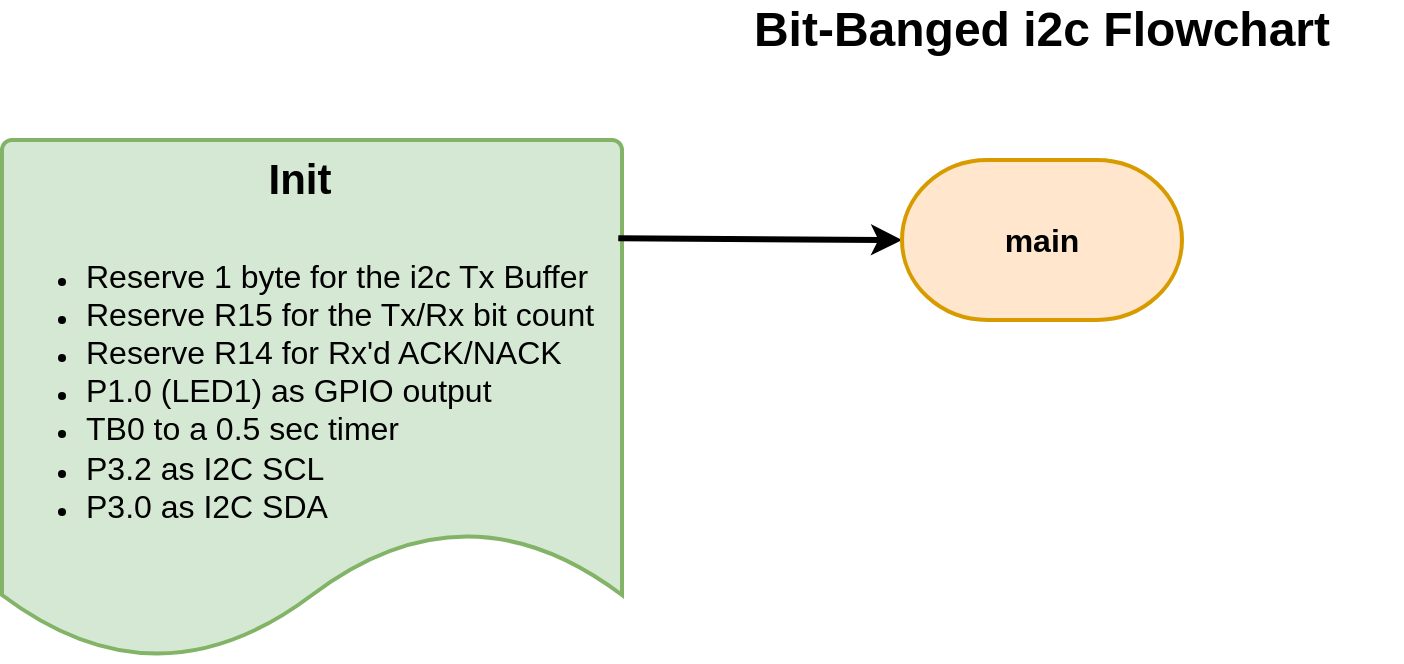
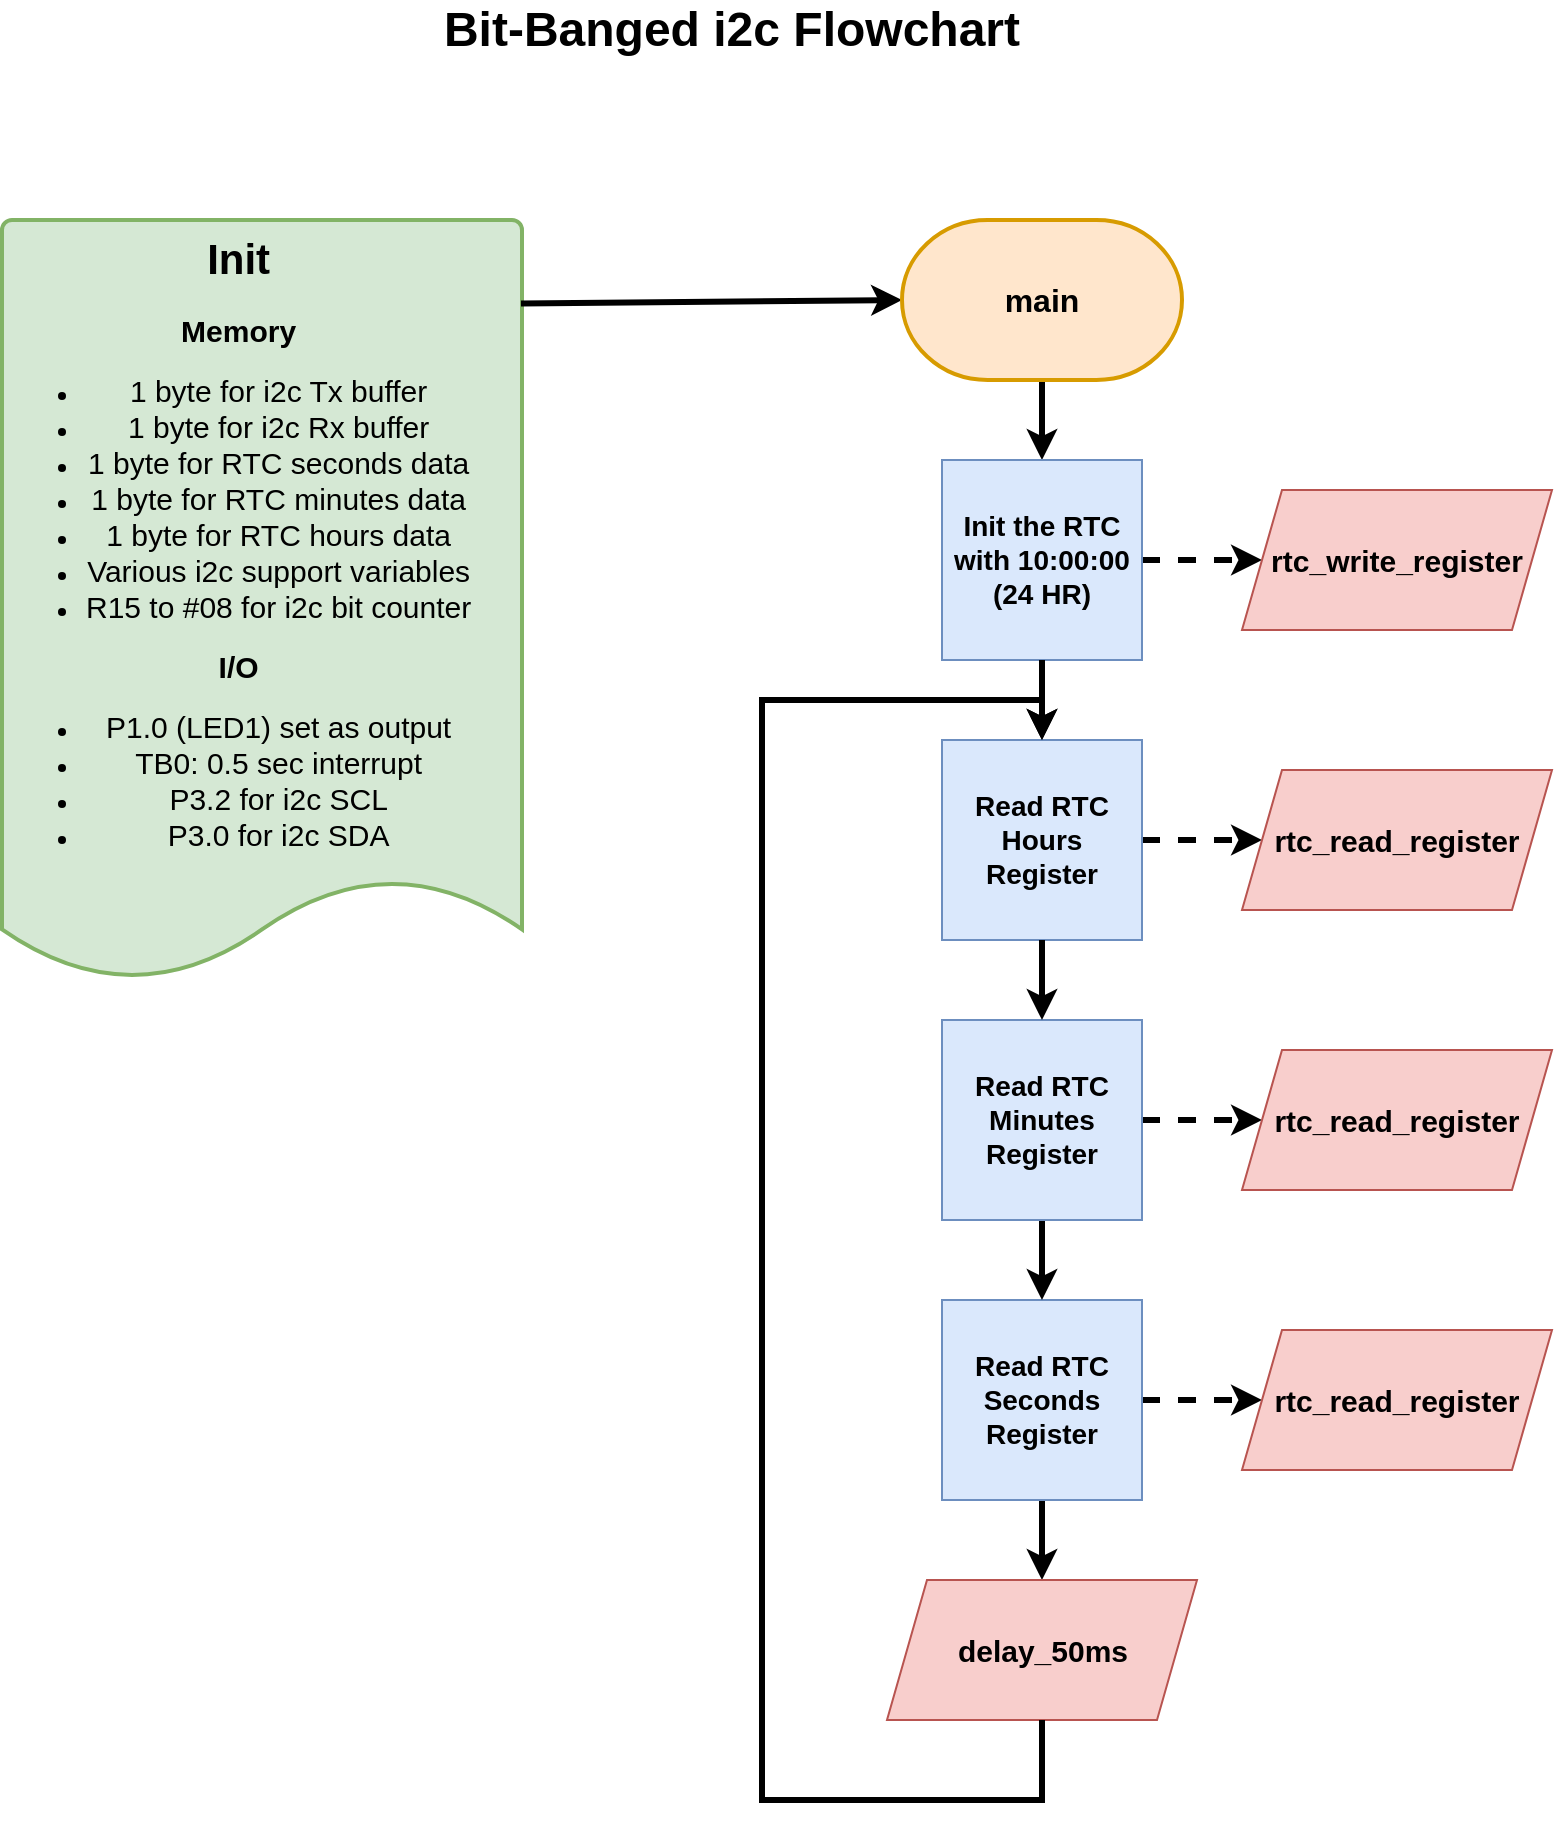
- <mxfile host="Electron" agent="Mozilla/5.0 (Windows NT 10.0; Win64; x64) AppleWebKit/537.36 (KHTML, like Gecko) draw.io/29.3.0 Chrome/140.0.7339.249 Electron/38.7.2 Safari/537.36" version="29.3.0" pages="5">
+ <mxfile host="Electron" agent="Mozilla/5.0 (Windows NT 10.0; Win64; x64) AppleWebKit/537.36 (KHTML, like Gecko) draw.io/29.3.6 Chrome/140.0.7339.249 Electron/38.8.0 Safari/537.36" version="29.3.6" pages="5">
  <diagram id="Kcya2C6UL9Ipibv_GPjr" name="top-level">
-     <mxGraphModel dx="1066" dy="1262" grid="1" gridSize="10" guides="1" tooltips="1" connect="1" arrows="1" fold="1" page="1" pageScale="1" pageWidth="1100" pageHeight="850" math="0" shadow="0">
+     <mxGraphModel dx="1194" dy="1640" grid="1" gridSize="10" guides="1" tooltips="1" connect="1" arrows="1" fold="1" page="1" pageScale="1" pageWidth="850" pageHeight="1100" math="0" shadow="0">
      <root>
        <mxCell id="0" />
        <mxCell id="1" parent="0" />
-         <mxCell id="Fpc5OdNe_PqLWm5hA6ZJ-1" parent="1" style="strokeWidth=2;html=1;shape=mxgraph.flowchart.document2;whiteSpace=wrap;size=0.25;fillColor=#d5e8d4;strokeColor=#82b366;verticalAlign=top;align=left;" value="&lt;div style=&quot;text-align: center;&quot;&gt;&lt;b style=&quot;font-size: 21px; background-color: transparent; color: light-dark(rgb(0, 0, 0), rgb(255, 255, 255));&quot;&gt;Init&lt;/b&gt;&lt;/div&gt;&lt;div style=&quot;text-align: center;&quot;&gt;&lt;br&gt;&lt;/div&gt;&lt;div&gt;&lt;ul&gt;&lt;li&gt;&lt;span style=&quot;font-size: 16px; background-color: transparent; color: light-dark(rgb(0, 0, 0), rgb(255, 255, 255));&quot;&gt;Reserve 1 byte for the i2c Tx Buffer&lt;/span&gt;&lt;/li&gt;&lt;li&gt;&lt;span style=&quot;font-size: 16px;&quot;&gt;Reserve R15 for the Tx/Rx bit count&lt;/span&gt;&lt;/li&gt;&lt;li&gt;&lt;span style=&quot;font-size: 16px;&quot;&gt;Reserve R14 for Rx&#39;d ACK/NACK&lt;/span&gt;&lt;/li&gt;&lt;li&gt;&lt;span style=&quot;font-size: 16px;&quot;&gt;P1.0 (LED1) as GPIO output&lt;/span&gt;&lt;/li&gt;&lt;li&gt;&lt;span style=&quot;font-size: 16px;&quot;&gt;TB0 to a 0.5 sec timer&lt;/span&gt;&lt;/li&gt;&lt;li&gt;&lt;span style=&quot;font-size: 16px;&quot;&gt;P3.2 as I2C SCL&lt;/span&gt;&lt;/li&gt;&lt;li&gt;&lt;span style=&quot;font-size: 16px;&quot;&gt;P3.0 as I2C SDA&lt;/span&gt;&lt;/li&gt;&lt;/ul&gt;&lt;/div&gt;&lt;div&gt;&lt;span style=&quot;font-size: 16px;&quot;&gt;&lt;br&gt;&lt;/span&gt;&lt;/div&gt;" vertex="1">
-           <mxGeometry height="260" width="310" x="30" y="100" as="geometry" />
-         </mxCell>
-         <mxCell id="Fpc5OdNe_PqLWm5hA6ZJ-2" edge="1" parent="1" source="Fpc5OdNe_PqLWm5hA6ZJ-1" style="endArrow=classic;html=1;rounded=0;exitX=0.994;exitY=0.189;exitDx=0;exitDy=0;exitPerimeter=0;entryX=0;entryY=0.5;entryDx=0;entryDy=0;entryPerimeter=0;strokeWidth=3;" target="Fpc5OdNe_PqLWm5hA6ZJ-3" value="">
+         <mxCell id="Fpc5OdNe_PqLWm5hA6ZJ-1" parent="1" style="strokeWidth=2;html=1;shape=mxgraph.flowchart.document2;whiteSpace=wrap;size=0.13297267104640176;fillColor=#d5e8d4;strokeColor=#82b366;verticalAlign=top;align=left;" value="&lt;div style=&quot;text-align: center;&quot;&gt;&lt;b style=&quot;font-size: 21px; background-color: transparent; color: light-dark(rgb(0, 0, 0), rgb(255, 255, 255));&quot;&gt;Init&lt;/b&gt;&lt;/div&gt;&lt;div style=&quot;text-align: center;&quot;&gt;&lt;br&gt;&lt;/div&gt;&lt;div style=&quot;text-align: center;&quot;&gt;&lt;b&gt;&lt;font style=&quot;font-size: 15px;&quot;&gt;Memory&lt;/font&gt;&lt;/b&gt;&lt;/div&gt;&lt;div style=&quot;text-align: center;&quot;&gt;&lt;ul&gt;&lt;li&gt;&lt;span style=&quot;font-size: 15px;&quot;&gt;1 byte for i2c Tx buffer&lt;/span&gt;&lt;/li&gt;&lt;li&gt;&lt;span style=&quot;font-size: 15px;&quot;&gt;1 byte for i2c Rx buffer&lt;/span&gt;&lt;/li&gt;&lt;li&gt;&lt;span style=&quot;font-size: 15px;&quot;&gt;1 byte for RTC seconds data&lt;/span&gt;&lt;/li&gt;&lt;li&gt;&lt;span style=&quot;font-size: 15px;&quot;&gt;1 byte for RTC minutes data&lt;/span&gt;&lt;/li&gt;&lt;li&gt;&lt;span style=&quot;font-size: 15px;&quot;&gt;1 byte for RTC hours data&lt;/span&gt;&lt;/li&gt;&lt;li&gt;&lt;span style=&quot;font-size: 15px;&quot;&gt;Various i2c support variables&lt;/span&gt;&lt;/li&gt;&lt;li&gt;&lt;span style=&quot;font-size: 15px;&quot;&gt;R15 to #08 for i2c bit counter&lt;/span&gt;&lt;/li&gt;&lt;/ul&gt;&lt;div&gt;&lt;span style=&quot;font-size: 15px;&quot;&gt;&lt;b&gt;I/O&lt;/b&gt;&lt;/span&gt;&lt;/div&gt;&lt;div&gt;&lt;ul&gt;&lt;li&gt;&lt;span style=&quot;font-size: 15px;&quot;&gt;P1.0 (LED1) set as output&lt;/span&gt;&lt;/li&gt;&lt;li&gt;&lt;span style=&quot;font-size: 15px;&quot;&gt;TB0: 0.5 sec interrupt&lt;/span&gt;&lt;/li&gt;&lt;li&gt;&lt;span style=&quot;font-size: 15px;&quot;&gt;P3.2 for i2c SCL&lt;/span&gt;&lt;/li&gt;&lt;li&gt;&lt;span style=&quot;font-size: 15px;&quot;&gt;P3.0 for i2c SDA&lt;/span&gt;&lt;/li&gt;&lt;/ul&gt;&lt;/div&gt;&lt;/div&gt;&lt;div&gt;&lt;span style=&quot;font-size: 16px;&quot;&gt;&lt;br&gt;&lt;/span&gt;&lt;/div&gt;" vertex="1">
+           <mxGeometry height="380" width="260" x="60" y="140" as="geometry" />
+         </mxCell>
+         <mxCell id="Fpc5OdNe_PqLWm5hA6ZJ-2" edge="1" parent="1" source="Fpc5OdNe_PqLWm5hA6ZJ-1" style="endArrow=classic;html=1;rounded=0;exitX=0.998;exitY=0.11;exitDx=0;exitDy=0;exitPerimeter=0;entryX=0;entryY=0.5;entryDx=0;entryDy=0;entryPerimeter=0;strokeWidth=3;" target="Fpc5OdNe_PqLWm5hA6ZJ-3" value="">
          <mxGeometry height="50" relative="1" width="50" as="geometry">
-             <mxPoint x="640" y="470" as="sourcePoint" />
-             <mxPoint x="470" y="150" as="targetPoint" />
-           </mxGeometry>
+             <mxPoint x="670" y="520" as="sourcePoint" />
+             <mxPoint x="500" y="200" as="targetPoint" />
+           </mxGeometry>
+         </mxCell>
+         <mxCell id="OsF9wrEzDoSku6B-mg-y-2" edge="1" parent="1" source="Fpc5OdNe_PqLWm5hA6ZJ-3" style="edgeStyle=orthogonalEdgeStyle;rounded=0;orthogonalLoop=1;jettySize=auto;html=1;exitX=0.5;exitY=1;exitDx=0;exitDy=0;exitPerimeter=0;entryX=0.5;entryY=0;entryDx=0;entryDy=0;strokeWidth=3;" target="OsF9wrEzDoSku6B-mg-y-1">
+           <mxGeometry relative="1" as="geometry" />
        </mxCell>
        <mxCell id="Fpc5OdNe_PqLWm5hA6ZJ-3" parent="1" style="strokeWidth=2;html=1;shape=mxgraph.flowchart.terminator;whiteSpace=wrap;fontStyle=1;fontSize=16;fillColor=#ffe6cc;strokeColor=#d79b00;" value="main" vertex="1">
-           <mxGeometry height="80" width="140" x="480" y="110" as="geometry" />
+           <mxGeometry height="80" width="140" x="510" y="140" as="geometry" />
        </mxCell>
        <mxCell id="Fpc5OdNe_PqLWm5hA6ZJ-4" parent="1" style="text;html=1;whiteSpace=wrap;strokeColor=none;fillColor=none;align=center;verticalAlign=middle;rounded=0;fontStyle=1;fontSize=24;" value="Bit-Banged i2c Flowchart" vertex="1">
-           <mxGeometry height="30" width="360" x="370" y="30" as="geometry" />
+           <mxGeometry height="30" width="360" x="245" y="30" as="geometry" />
+         </mxCell>
+         <mxCell id="OsF9wrEzDoSku6B-mg-y-20" edge="1" parent="1" source="OsF9wrEzDoSku6B-mg-y-1" style="edgeStyle=orthogonalEdgeStyle;rounded=0;orthogonalLoop=1;jettySize=auto;html=1;exitX=1;exitY=0.5;exitDx=0;exitDy=0;entryX=0;entryY=0.5;entryDx=0;entryDy=0;dashed=1;strokeWidth=3;" target="OsF9wrEzDoSku6B-mg-y-19">
+           <mxGeometry relative="1" as="geometry" />
+         </mxCell>
+         <mxCell id="OsF9wrEzDoSku6B-mg-y-1" parent="1" style="whiteSpace=wrap;html=1;aspect=fixed;fillColor=#dae8fc;strokeColor=#6c8ebf;" value="&lt;b&gt;&lt;font style=&quot;font-size: 14px;&quot;&gt;Init the RTC with 10:00:00 (24 HR)&lt;/font&gt;&lt;/b&gt;" vertex="1">
+           <mxGeometry height="100" width="100" x="530" y="260" as="geometry" />
+         </mxCell>
+         <mxCell id="OsF9wrEzDoSku6B-mg-y-21" edge="1" parent="1" source="OsF9wrEzDoSku6B-mg-y-4" style="edgeStyle=orthogonalEdgeStyle;rounded=0;orthogonalLoop=1;jettySize=auto;html=1;exitX=1;exitY=0.5;exitDx=0;exitDy=0;entryX=0;entryY=0.5;entryDx=0;entryDy=0;strokeWidth=3;dashed=1;" target="OsF9wrEzDoSku6B-mg-y-14">
+           <mxGeometry relative="1" as="geometry" />
+         </mxCell>
+         <mxCell id="OsF9wrEzDoSku6B-mg-y-4" parent="1" style="whiteSpace=wrap;html=1;aspect=fixed;fillColor=#dae8fc;strokeColor=#6c8ebf;" value="&lt;b&gt;&lt;font style=&quot;font-size: 14px;&quot;&gt;Read RTC Hours Register&lt;/font&gt;&lt;/b&gt;" vertex="1">
+           <mxGeometry height="100" width="100" x="530" y="400" as="geometry" />
+         </mxCell>
+         <mxCell id="OsF9wrEzDoSku6B-mg-y-6" edge="1" parent="1" source="OsF9wrEzDoSku6B-mg-y-1" style="edgeStyle=orthogonalEdgeStyle;rounded=0;orthogonalLoop=1;jettySize=auto;html=1;exitX=0.5;exitY=1;exitDx=0;exitDy=0;entryX=0.5;entryY=0;entryDx=0;entryDy=0;strokeWidth=3;" target="OsF9wrEzDoSku6B-mg-y-4">
+           <mxGeometry relative="1" as="geometry">
+             <mxPoint x="590" y="360" as="sourcePoint" />
+             <mxPoint x="590" y="400" as="targetPoint" />
+           </mxGeometry>
+         </mxCell>
+         <mxCell id="OsF9wrEzDoSku6B-mg-y-12" edge="1" parent="1" source="OsF9wrEzDoSku6B-mg-y-7" style="edgeStyle=orthogonalEdgeStyle;rounded=0;orthogonalLoop=1;jettySize=auto;html=1;exitX=0.5;exitY=1;exitDx=0;exitDy=0;entryX=0.5;entryY=0;entryDx=0;entryDy=0;strokeWidth=3;" target="OsF9wrEzDoSku6B-mg-y-11">
+           <mxGeometry relative="1" as="geometry" />
+         </mxCell>
+         <mxCell id="OsF9wrEzDoSku6B-mg-y-23" edge="1" parent="1" source="OsF9wrEzDoSku6B-mg-y-7" style="edgeStyle=orthogonalEdgeStyle;rounded=0;orthogonalLoop=1;jettySize=auto;html=1;exitX=1;exitY=0.5;exitDx=0;exitDy=0;entryX=0;entryY=0.5;entryDx=0;entryDy=0;strokeWidth=3;dashed=1;" target="OsF9wrEzDoSku6B-mg-y-18">
+           <mxGeometry relative="1" as="geometry" />
+         </mxCell>
+         <mxCell id="OsF9wrEzDoSku6B-mg-y-7" parent="1" style="whiteSpace=wrap;html=1;aspect=fixed;fillColor=#dae8fc;strokeColor=#6c8ebf;" value="&lt;b&gt;&lt;font style=&quot;font-size: 14px;&quot;&gt;Read RTC Seconds Register&lt;/font&gt;&lt;/b&gt;" vertex="1">
+           <mxGeometry height="100" width="100" x="530" y="680" as="geometry" />
+         </mxCell>
+         <mxCell id="OsF9wrEzDoSku6B-mg-y-8" edge="1" parent="1" source="OsF9wrEzDoSku6B-mg-y-9" style="edgeStyle=orthogonalEdgeStyle;rounded=0;orthogonalLoop=1;jettySize=auto;html=1;exitX=0.5;exitY=1;exitDx=0;exitDy=0;entryX=0.5;entryY=0;entryDx=0;entryDy=0;strokeWidth=3;" target="OsF9wrEzDoSku6B-mg-y-7">
+           <mxGeometry relative="1" as="geometry">
+             <mxPoint x="620" y="450" as="sourcePoint" />
+             <mxPoint x="630" y="490" as="targetPoint" />
+           </mxGeometry>
+         </mxCell>
+         <mxCell id="OsF9wrEzDoSku6B-mg-y-22" edge="1" parent="1" source="OsF9wrEzDoSku6B-mg-y-9" style="edgeStyle=orthogonalEdgeStyle;rounded=0;orthogonalLoop=1;jettySize=auto;html=1;exitX=1;exitY=0.5;exitDx=0;exitDy=0;entryX=0;entryY=0.5;entryDx=0;entryDy=0;strokeWidth=3;dashed=1;" target="OsF9wrEzDoSku6B-mg-y-17">
+           <mxGeometry relative="1" as="geometry" />
+         </mxCell>
+         <mxCell id="OsF9wrEzDoSku6B-mg-y-9" parent="1" style="whiteSpace=wrap;html=1;aspect=fixed;fillColor=#dae8fc;strokeColor=#6c8ebf;" value="&lt;b&gt;&lt;font style=&quot;font-size: 14px;&quot;&gt;Read RTC Minutes Register&lt;/font&gt;&lt;/b&gt;" vertex="1">
+           <mxGeometry height="100" width="100" x="530" y="540" as="geometry" />
+         </mxCell>
+         <mxCell id="OsF9wrEzDoSku6B-mg-y-10" edge="1" parent="1" source="OsF9wrEzDoSku6B-mg-y-4" style="edgeStyle=orthogonalEdgeStyle;rounded=0;orthogonalLoop=1;jettySize=auto;html=1;exitX=0.5;exitY=1;exitDx=0;exitDy=0;entryX=0.5;entryY=0;entryDx=0;entryDy=0;strokeWidth=3;" target="OsF9wrEzDoSku6B-mg-y-9">
+           <mxGeometry relative="1" as="geometry">
+             <mxPoint x="540" y="510" as="sourcePoint" />
+             <mxPoint x="550" y="550" as="targetPoint" />
+           </mxGeometry>
+         </mxCell>
+         <mxCell id="OsF9wrEzDoSku6B-mg-y-11" parent="1" style="shape=parallelogram;perimeter=parallelogramPerimeter;whiteSpace=wrap;html=1;fixedSize=1;fillColor=#f8cecc;strokeColor=#b85450;fontSize=15;fontStyle=1" value="delay_50ms" vertex="1">
+           <mxGeometry height="70" width="155" x="502.5" y="820" as="geometry" />
+         </mxCell>
+         <mxCell id="OsF9wrEzDoSku6B-mg-y-13" edge="1" parent="1" source="OsF9wrEzDoSku6B-mg-y-11" style="edgeStyle=orthogonalEdgeStyle;rounded=0;orthogonalLoop=1;jettySize=auto;html=1;exitX=0.5;exitY=1;exitDx=0;exitDy=0;strokeWidth=3;entryX=0.5;entryY=0;entryDx=0;entryDy=0;" target="OsF9wrEzDoSku6B-mg-y-4">
+           <mxGeometry relative="1" as="geometry">
+             <Array as="points">
+               <mxPoint x="580" y="930" />
+               <mxPoint x="440" y="930" />
+               <mxPoint x="440" y="380" />
+               <mxPoint x="580" y="380" />
+             </Array>
+             <mxPoint x="490" y="270" as="targetPoint" />
+           </mxGeometry>
+         </mxCell>
+         <mxCell id="OsF9wrEzDoSku6B-mg-y-14" parent="1" style="shape=parallelogram;perimeter=parallelogramPerimeter;whiteSpace=wrap;html=1;fixedSize=1;fillColor=#f8cecc;strokeColor=#b85450;fontSize=15;fontStyle=1" value="rtc_read_register" vertex="1">
+           <mxGeometry height="70" width="155" x="680" y="415" as="geometry" />
+         </mxCell>
+         <mxCell id="OsF9wrEzDoSku6B-mg-y-17" parent="1" style="shape=parallelogram;perimeter=parallelogramPerimeter;whiteSpace=wrap;html=1;fixedSize=1;fillColor=#f8cecc;strokeColor=#b85450;fontSize=15;fontStyle=1" value="rtc_read_register" vertex="1">
+           <mxGeometry height="70" width="155" x="680" y="555" as="geometry" />
+         </mxCell>
+         <mxCell id="OsF9wrEzDoSku6B-mg-y-18" parent="1" style="shape=parallelogram;perimeter=parallelogramPerimeter;whiteSpace=wrap;html=1;fixedSize=1;fillColor=#f8cecc;strokeColor=#b85450;fontSize=15;fontStyle=1" value="rtc_read_register" vertex="1">
+           <mxGeometry height="70" width="155" x="680" y="695" as="geometry" />
+         </mxCell>
+         <mxCell id="OsF9wrEzDoSku6B-mg-y-19" parent="1" style="shape=parallelogram;perimeter=parallelogramPerimeter;whiteSpace=wrap;html=1;fixedSize=1;fillColor=#f8cecc;strokeColor=#b85450;fontSize=15;fontStyle=1" value="rtc_write_register" vertex="1">
+           <mxGeometry height="70" width="155" x="680" y="275" as="geometry" />
        </mxCell>
      </root>
    </mxGraphModel>
  </diagram>
  <diagram id="vZjBf3hfuoQgp_P87AsC" name="i2c_start">
    <mxGraphModel dx="969" dy="1491" grid="1" gridSize="10" guides="1" tooltips="1" connect="1" arrows="1" fold="1" page="1" pageScale="1" pageWidth="1100" pageHeight="850" math="0" shadow="0">
      <root>
        <mxCell id="0" />
        <mxCell id="1" parent="0" />
        <mxCell id="nvTcheAngRDVX2jmwvkg-1" parent="1" style="strokeWidth=2;html=1;shape=mxgraph.flowchart.document2;whiteSpace=wrap;size=0.25;fillColor=#d5e8d4;strokeColor=#82b366;verticalAlign=top;" value="&lt;font style=&quot;font-size: 21px;&quot;&gt;&lt;b style=&quot;&quot;&gt;Init&lt;/b&gt;&lt;/font&gt;&lt;div&gt;&lt;br&gt;&lt;/div&gt;&lt;div&gt;&lt;span style=&quot;font-size: 15px;&quot;&gt;Set SCL to output&lt;/span&gt;&lt;/div&gt;&lt;div&gt;&lt;span style=&quot;font-size: 15px;&quot;&gt;Set SDA to output&lt;/span&gt;&lt;/div&gt;&lt;div&gt;&lt;font style=&quot;font-size: 15px;&quot;&gt;&lt;br&gt;&lt;/font&gt;&lt;/div&gt;" vertex="1">
          <mxGeometry height="150" width="190" x="110" y="110" as="geometry" />
        </mxCell>
        <mxCell id="nvTcheAngRDVX2jmwvkg-2" edge="1" parent="1" source="nvTcheAngRDVX2jmwvkg-1" style="endArrow=classic;html=1;rounded=0;exitX=0.994;exitY=0.189;exitDx=0;exitDy=0;exitPerimeter=0;entryX=0;entryY=0.5;entryDx=0;entryDy=0;entryPerimeter=0;strokeWidth=3;" target="nvTcheAngRDVX2jmwvkg-3" value="">
          <mxGeometry height="50" relative="1" width="50" as="geometry">
            <mxPoint x="640" y="460" as="sourcePoint" />
            <mxPoint x="470" y="140" as="targetPoint" />
          </mxGeometry>
        </mxCell>
        <mxCell id="nvTcheAngRDVX2jmwvkg-6" edge="1" parent="1" source="nvTcheAngRDVX2jmwvkg-3" style="edgeStyle=orthogonalEdgeStyle;rounded=0;orthogonalLoop=1;jettySize=auto;html=1;exitX=0.5;exitY=1;exitDx=0;exitDy=0;exitPerimeter=0;entryX=0.5;entryY=0;entryDx=0;entryDy=0;" target="nvTcheAngRDVX2jmwvkg-5">
          <mxGeometry relative="1" as="geometry" />
        </mxCell>
        <mxCell id="nvTcheAngRDVX2jmwvkg-3" parent="1" style="strokeWidth=2;html=1;shape=mxgraph.flowchart.terminator;whiteSpace=wrap;fontStyle=1;fontSize=16;fillColor=#ffe6cc;strokeColor=#d79b00;" value="i2c_start" vertex="1">
          <mxGeometry height="80" width="140" x="480" y="100" as="geometry" />
        </mxCell>
        <mxCell id="nvTcheAngRDVX2jmwvkg-4" parent="1" style="text;html=1;whiteSpace=wrap;strokeColor=none;fillColor=none;align=center;verticalAlign=middle;rounded=0;fontStyle=1;fontSize=24;" value="i2c_start Flowchart" vertex="1">
          <mxGeometry height="30" width="360" x="390" y="20" as="geometry" />
        </mxCell>
        <mxCell id="nvTcheAngRDVX2jmwvkg-8" edge="1" parent="1" source="nvTcheAngRDVX2jmwvkg-5" style="edgeStyle=orthogonalEdgeStyle;rounded=0;orthogonalLoop=1;jettySize=auto;html=1;exitX=0.5;exitY=1;exitDx=0;exitDy=0;entryX=0.5;entryY=0;entryDx=0;entryDy=0;" target="nvTcheAngRDVX2jmwvkg-7">
          <mxGeometry relative="1" as="geometry" />
        </mxCell>
        <mxCell id="nvTcheAngRDVX2jmwvkg-5" parent="1" style="whiteSpace=wrap;html=1;aspect=fixed;fontSize=15;fontStyle=1;fillColor=#dae8fc;strokeColor=#6c8ebf;" value="Send SDA Low" vertex="1">
          <mxGeometry height="100" width="100" x="500" y="230" as="geometry" />
        </mxCell>
        <mxCell id="nvTcheAngRDVX2jmwvkg-10" edge="1" parent="1" source="nvTcheAngRDVX2jmwvkg-7" style="edgeStyle=orthogonalEdgeStyle;rounded=0;orthogonalLoop=1;jettySize=auto;html=1;exitX=0.5;exitY=1;exitDx=0;exitDy=0;entryX=0.5;entryY=0;entryDx=0;entryDy=0;" target="nvTcheAngRDVX2jmwvkg-9">
          <mxGeometry relative="1" as="geometry" />
        </mxCell>
        <mxCell id="nvTcheAngRDVX2jmwvkg-7" parent="1" style="shape=parallelogram;perimeter=parallelogramPerimeter;whiteSpace=wrap;html=1;fixedSize=1;fillColor=#f8cecc;strokeColor=#b85450;fontSize=15;fontStyle=1" value="delay_12us" vertex="1">
          <mxGeometry height="60" width="120" x="490" y="385" as="geometry" />
        </mxCell>
        <mxCell id="nvTcheAngRDVX2jmwvkg-12" edge="1" parent="1" source="nvTcheAngRDVX2jmwvkg-9" style="edgeStyle=orthogonalEdgeStyle;rounded=0;orthogonalLoop=1;jettySize=auto;html=1;exitX=0.5;exitY=1;exitDx=0;exitDy=0;entryX=0.5;entryY=0;entryDx=0;entryDy=0;" target="nvTcheAngRDVX2jmwvkg-11">
          <mxGeometry relative="1" as="geometry" />
        </mxCell>
        <mxCell id="nvTcheAngRDVX2jmwvkg-9" parent="1" style="whiteSpace=wrap;html=1;aspect=fixed;fontSize=15;fontStyle=1;fillColor=#dae8fc;strokeColor=#6c8ebf;" value="Send SCL Low" vertex="1">
          <mxGeometry height="100" width="100" x="500" y="500" as="geometry" />
        </mxCell>
        <mxCell id="nvTcheAngRDVX2jmwvkg-11" parent="1" style="shape=parallelogram;perimeter=parallelogramPerimeter;whiteSpace=wrap;html=1;fixedSize=1;fillColor=#f8cecc;strokeColor=#b85450;fontSize=15;fontStyle=1" value="delay_12us" vertex="1">
          <mxGeometry height="60" width="120" x="490" y="650" as="geometry" />
        </mxCell>
        <mxCell id="nvTcheAngRDVX2jmwvkg-13" parent="1" style="strokeWidth=2;html=1;shape=mxgraph.flowchart.terminator;whiteSpace=wrap;fontStyle=1;fontSize=16;fillColor=#ffe6cc;strokeColor=#d79b00;" value="Return" vertex="1">
          <mxGeometry height="80" width="140" x="480" y="740" as="geometry" />
        </mxCell>
        <mxCell id="nvTcheAngRDVX2jmwvkg-14" edge="1" parent="1" source="nvTcheAngRDVX2jmwvkg-11" style="edgeStyle=orthogonalEdgeStyle;rounded=0;orthogonalLoop=1;jettySize=auto;html=1;exitX=0.5;exitY=1;exitDx=0;exitDy=0;entryX=0.5;entryY=0;entryDx=0;entryDy=0;entryPerimeter=0;" target="nvTcheAngRDVX2jmwvkg-13">
          <mxGeometry relative="1" as="geometry" />
        </mxCell>
      </root>
    </mxGraphModel>
  </diagram>
  <diagram name="i2c_stop" id="ilUkU_oCQ4X3FiJdBYL9">
    <mxGraphModel dx="1288" dy="1367" grid="1" gridSize="10" guides="1" tooltips="1" connect="1" arrows="1" fold="1" page="1" pageScale="1" pageWidth="850" pageHeight="1100" math="0" shadow="0">
      <root>
        <mxCell id="RTbqEXXVe5KJ71rfTlXR-0" />
        <mxCell id="RTbqEXXVe5KJ71rfTlXR-1" parent="RTbqEXXVe5KJ71rfTlXR-0" />
        <mxCell id="RTbqEXXVe5KJ71rfTlXR-2" parent="RTbqEXXVe5KJ71rfTlXR-1" style="strokeWidth=2;html=1;shape=mxgraph.flowchart.document2;whiteSpace=wrap;size=0.25;fillColor=#d5e8d4;strokeColor=#82b366;verticalAlign=top;" value="&lt;font style=&quot;font-size: 21px;&quot;&gt;&lt;b style=&quot;&quot;&gt;Init&lt;/b&gt;&lt;/font&gt;&lt;div&gt;&lt;br&gt;&lt;/div&gt;&lt;div&gt;&lt;span style=&quot;font-size: 15px;&quot;&gt;Set SCL to output&lt;/span&gt;&lt;/div&gt;&lt;div&gt;&lt;span style=&quot;font-size: 15px;&quot;&gt;Set SDA to output&lt;/span&gt;&lt;/div&gt;&lt;div&gt;&lt;font style=&quot;font-size: 15px;&quot;&gt;&lt;br&gt;&lt;/font&gt;&lt;/div&gt;" vertex="1">
          <mxGeometry height="150" width="190" x="30" y="130" as="geometry" />
        </mxCell>
        <mxCell id="RTbqEXXVe5KJ71rfTlXR-3" edge="1" parent="RTbqEXXVe5KJ71rfTlXR-1" source="RTbqEXXVe5KJ71rfTlXR-2" style="endArrow=classic;html=1;rounded=0;exitX=0.994;exitY=0.189;exitDx=0;exitDy=0;exitPerimeter=0;entryX=0;entryY=0.5;entryDx=0;entryDy=0;entryPerimeter=0;strokeWidth=3;" target="RTbqEXXVe5KJ71rfTlXR-5" value="">
          <mxGeometry height="50" relative="1" width="50" as="geometry">
            <mxPoint x="560" y="480" as="sourcePoint" />
            <mxPoint x="390" y="160" as="targetPoint" />
          </mxGeometry>
        </mxCell>
        <mxCell id="RTbqEXXVe5KJ71rfTlXR-4" edge="1" parent="RTbqEXXVe5KJ71rfTlXR-1" source="RTbqEXXVe5KJ71rfTlXR-5" style="edgeStyle=orthogonalEdgeStyle;rounded=0;orthogonalLoop=1;jettySize=auto;html=1;exitX=0.5;exitY=1;exitDx=0;exitDy=0;exitPerimeter=0;entryX=0.5;entryY=0;entryDx=0;entryDy=0;" target="RTbqEXXVe5KJ71rfTlXR-8">
          <mxGeometry relative="1" as="geometry" />
        </mxCell>
        <mxCell id="RTbqEXXVe5KJ71rfTlXR-5" parent="RTbqEXXVe5KJ71rfTlXR-1" style="strokeWidth=2;html=1;shape=mxgraph.flowchart.terminator;whiteSpace=wrap;fontStyle=1;fontSize=16;fillColor=#ffe6cc;strokeColor=#d79b00;" value="i2c_stop" vertex="1">
          <mxGeometry height="80" width="140" x="400" y="120" as="geometry" />
        </mxCell>
        <mxCell id="RTbqEXXVe5KJ71rfTlXR-6" parent="RTbqEXXVe5KJ71rfTlXR-1" style="text;html=1;whiteSpace=wrap;strokeColor=none;fillColor=none;align=center;verticalAlign=middle;rounded=0;fontStyle=1;fontSize=24;" value="i2c_stop Flowchart" vertex="1">
          <mxGeometry height="30" width="360" x="245" y="30" as="geometry" />
        </mxCell>
        <mxCell id="KCe4KZGNDTQxO5lJReJH-1" edge="1" parent="RTbqEXXVe5KJ71rfTlXR-1" source="RTbqEXXVe5KJ71rfTlXR-8" style="edgeStyle=orthogonalEdgeStyle;rounded=0;orthogonalLoop=1;jettySize=auto;html=1;exitX=0.5;exitY=1;exitDx=0;exitDy=0;entryX=0.5;entryY=0;entryDx=0;entryDy=0;" target="KCe4KZGNDTQxO5lJReJH-0">
          <mxGeometry relative="1" as="geometry" />
        </mxCell>
        <mxCell id="RTbqEXXVe5KJ71rfTlXR-8" parent="RTbqEXXVe5KJ71rfTlXR-1" style="whiteSpace=wrap;html=1;aspect=fixed;fontSize=15;fontStyle=1;fillColor=#dae8fc;strokeColor=#6c8ebf;" value="Send SDA Low (to ensure)" vertex="1">
          <mxGeometry height="100" width="100" x="420" y="250" as="geometry" />
        </mxCell>
        <mxCell id="RTbqEXXVe5KJ71rfTlXR-9" edge="1" parent="RTbqEXXVe5KJ71rfTlXR-1" source="RTbqEXXVe5KJ71rfTlXR-10" style="edgeStyle=orthogonalEdgeStyle;rounded=0;orthogonalLoop=1;jettySize=auto;html=1;exitX=0.5;exitY=1;exitDx=0;exitDy=0;entryX=0.5;entryY=0;entryDx=0;entryDy=0;" target="RTbqEXXVe5KJ71rfTlXR-12">
          <mxGeometry relative="1" as="geometry" />
        </mxCell>
        <mxCell id="RTbqEXXVe5KJ71rfTlXR-10" parent="RTbqEXXVe5KJ71rfTlXR-1" style="shape=parallelogram;perimeter=parallelogramPerimeter;whiteSpace=wrap;html=1;fixedSize=1;fillColor=#f8cecc;strokeColor=#b85450;fontSize=15;fontStyle=1" value="delay_12us" vertex="1">
          <mxGeometry height="60" width="120" x="410" y="550" as="geometry" />
        </mxCell>
        <mxCell id="RTbqEXXVe5KJ71rfTlXR-11" edge="1" parent="RTbqEXXVe5KJ71rfTlXR-1" source="RTbqEXXVe5KJ71rfTlXR-12" style="edgeStyle=orthogonalEdgeStyle;rounded=0;orthogonalLoop=1;jettySize=auto;html=1;exitX=0.5;exitY=1;exitDx=0;exitDy=0;entryX=0.5;entryY=0;entryDx=0;entryDy=0;" target="RTbqEXXVe5KJ71rfTlXR-13">
          <mxGeometry relative="1" as="geometry" />
        </mxCell>
        <mxCell id="RTbqEXXVe5KJ71rfTlXR-12" parent="RTbqEXXVe5KJ71rfTlXR-1" style="whiteSpace=wrap;html=1;aspect=fixed;fontSize=15;fontStyle=1;fillColor=#dae8fc;strokeColor=#6c8ebf;" value="Send SDA High" vertex="1">
          <mxGeometry height="100" width="100" x="420" y="665" as="geometry" />
        </mxCell>
        <mxCell id="RTbqEXXVe5KJ71rfTlXR-13" parent="RTbqEXXVe5KJ71rfTlXR-1" style="shape=parallelogram;perimeter=parallelogramPerimeter;whiteSpace=wrap;html=1;fixedSize=1;fillColor=#f8cecc;strokeColor=#b85450;fontSize=15;fontStyle=1" value="delay_12us" vertex="1">
          <mxGeometry height="60" width="120" x="410" y="815" as="geometry" />
        </mxCell>
        <mxCell id="RTbqEXXVe5KJ71rfTlXR-14" parent="RTbqEXXVe5KJ71rfTlXR-1" style="strokeWidth=2;html=1;shape=mxgraph.flowchart.terminator;whiteSpace=wrap;fontStyle=1;fontSize=16;fillColor=#ffe6cc;strokeColor=#d79b00;" value="Return" vertex="1">
          <mxGeometry height="80" width="140" x="400" y="905" as="geometry" />
        </mxCell>
        <mxCell id="RTbqEXXVe5KJ71rfTlXR-15" edge="1" parent="RTbqEXXVe5KJ71rfTlXR-1" source="RTbqEXXVe5KJ71rfTlXR-13" style="edgeStyle=orthogonalEdgeStyle;rounded=0;orthogonalLoop=1;jettySize=auto;html=1;exitX=0.5;exitY=1;exitDx=0;exitDy=0;entryX=0.5;entryY=0;entryDx=0;entryDy=0;entryPerimeter=0;" target="RTbqEXXVe5KJ71rfTlXR-14">
          <mxGeometry relative="1" as="geometry" />
        </mxCell>
        <mxCell id="KCe4KZGNDTQxO5lJReJH-2" edge="1" parent="RTbqEXXVe5KJ71rfTlXR-1" source="KCe4KZGNDTQxO5lJReJH-0" style="edgeStyle=orthogonalEdgeStyle;rounded=0;orthogonalLoop=1;jettySize=auto;html=1;exitX=0.5;exitY=1;exitDx=0;exitDy=0;entryX=0.5;entryY=0;entryDx=0;entryDy=0;" target="RTbqEXXVe5KJ71rfTlXR-10">
          <mxGeometry relative="1" as="geometry" />
        </mxCell>
        <mxCell id="KCe4KZGNDTQxO5lJReJH-0" parent="RTbqEXXVe5KJ71rfTlXR-1" style="whiteSpace=wrap;html=1;aspect=fixed;fontSize=15;fontStyle=1;fillColor=#dae8fc;strokeColor=#6c8ebf;" value="Send SCL High" vertex="1">
          <mxGeometry height="100" width="100" x="420" y="400" as="geometry" />
        </mxCell>
      </root>
    </mxGraphModel>
  </diagram>
  <diagram name="i2c_tx_byte" id="o5jYizhWEpMExVOhpsEn">
    <mxGraphModel dx="1213" dy="770" grid="1" gridSize="10" guides="1" tooltips="1" connect="1" arrows="1" fold="1" page="1" pageScale="1" pageWidth="850" pageHeight="1100" math="0" shadow="0">
      <root>
        <mxCell id="0" />
        <mxCell id="1" parent="0" />
        <mxCell id="DgsNM_MTjWBqqUFDSQT6-1" parent="1" style="strokeWidth=2;html=1;shape=mxgraph.flowchart.document2;whiteSpace=wrap;size=0.25;fillColor=#d5e8d4;strokeColor=#82b366;verticalAlign=top;" value="&lt;font style=&quot;font-size: 21px;&quot;&gt;&lt;b style=&quot;&quot;&gt;Init&lt;/b&gt;&lt;/font&gt;&lt;div&gt;&lt;br&gt;&lt;/div&gt;&lt;div&gt;&lt;font style=&quot;font-size: 15px;&quot;&gt;Push R4 to stack&lt;/font&gt;&lt;/div&gt;&lt;div&gt;&lt;font style=&quot;font-size: 15px;&quot;&gt;(R15 = 8)&lt;/font&gt;&lt;/div&gt;" vertex="1">
          <mxGeometry height="120" width="190" x="41" y="77" as="geometry" />
        </mxCell>
        <mxCell id="DgsNM_MTjWBqqUFDSQT6-2" edge="1" parent="1" source="DgsNM_MTjWBqqUFDSQT6-1" style="endArrow=classic;html=1;rounded=0;exitX=0.994;exitY=0.189;exitDx=0;exitDy=0;exitPerimeter=0;entryX=0;entryY=0.5;entryDx=0;entryDy=0;entryPerimeter=0;strokeWidth=3;" target="DgsNM_MTjWBqqUFDSQT6-4" value="">
          <mxGeometry height="50" relative="1" width="50" as="geometry">
            <mxPoint x="570" y="420" as="sourcePoint" />
            <mxPoint x="400" y="100" as="targetPoint" />
          </mxGeometry>
        </mxCell>
        <mxCell id="1GfUeyYzLA2L4kBMNJ24-2" edge="1" parent="1" source="DgsNM_MTjWBqqUFDSQT6-4" style="edgeStyle=orthogonalEdgeStyle;rounded=0;orthogonalLoop=1;jettySize=auto;html=1;exitX=0.5;exitY=1;exitDx=0;exitDy=0;exitPerimeter=0;entryX=0.5;entryY=0;entryDx=0;entryDy=0;" target="1GfUeyYzLA2L4kBMNJ24-1">
          <mxGeometry relative="1" as="geometry" />
        </mxCell>
        <mxCell id="DgsNM_MTjWBqqUFDSQT6-4" parent="1" style="strokeWidth=2;html=1;shape=mxgraph.flowchart.terminator;whiteSpace=wrap;fontStyle=1;fontSize=16;fillColor=#ffe6cc;strokeColor=#d79b00;" value="i2c_tx_byte" vertex="1">
          <mxGeometry height="80" width="140" x="340" y="60" as="geometry" />
        </mxCell>
        <mxCell id="DgsNM_MTjWBqqUFDSQT6-5" parent="1" style="text;html=1;whiteSpace=wrap;strokeColor=none;fillColor=none;align=center;verticalAlign=middle;rounded=0;fontStyle=1;fontSize=24;" value="i2c_tx_byte Flowchart" vertex="1">
          <mxGeometry height="30" width="360" x="245" y="10" as="geometry" />
        </mxCell>
        <mxCell id="1GfUeyYzLA2L4kBMNJ24-4" edge="1" parent="1" source="1GfUeyYzLA2L4kBMNJ24-1" style="edgeStyle=orthogonalEdgeStyle;rounded=0;orthogonalLoop=1;jettySize=auto;html=1;exitX=0.5;exitY=1;exitDx=0;exitDy=0;entryX=0.5;entryY=0;entryDx=0;entryDy=0;" target="1GfUeyYzLA2L4kBMNJ24-3">
          <mxGeometry relative="1" as="geometry" />
        </mxCell>
        <mxCell id="1GfUeyYzLA2L4kBMNJ24-1" parent="1" style="whiteSpace=wrap;html=1;aspect=fixed;fontSize=15;fontStyle=1;fillColor=#dae8fc;strokeColor=#6c8ebf;" value="Move value in &lt;i&gt;tx_byte&lt;/i&gt; to R4" vertex="1">
          <mxGeometry height="100" width="100" x="360" y="170" as="geometry" />
        </mxCell>
        <mxCell id="1GfUeyYzLA2L4kBMNJ24-7" edge="1" parent="1" source="1GfUeyYzLA2L4kBMNJ24-3" style="edgeStyle=orthogonalEdgeStyle;rounded=0;orthogonalLoop=1;jettySize=auto;html=1;exitX=1;exitY=0.5;exitDx=0;exitDy=0;entryX=0.5;entryY=0;entryDx=0;entryDy=0;strokeWidth=3;" target="1GfUeyYzLA2L4kBMNJ24-6">
          <mxGeometry relative="1" as="geometry" />
        </mxCell>
        <mxCell id="1GfUeyYzLA2L4kBMNJ24-8" connectable="0" parent="1GfUeyYzLA2L4kBMNJ24-7" style="edgeLabel;html=1;align=center;verticalAlign=middle;resizable=0;points=[];fontStyle=1" value="&lt;font style=&quot;font-size: 16px;&quot;&gt;Yes&lt;/font&gt;" vertex="1">
          <mxGeometry relative="1" x="-0.4513" y="3" as="geometry">
            <mxPoint x="-6" y="3" as="offset" />
          </mxGeometry>
        </mxCell>
        <mxCell id="1GfUeyYzLA2L4kBMNJ24-9" edge="1" parent="1" source="1GfUeyYzLA2L4kBMNJ24-3" style="edgeStyle=orthogonalEdgeStyle;rounded=0;orthogonalLoop=1;jettySize=auto;html=1;exitX=0;exitY=0.5;exitDx=0;exitDy=0;entryX=0.5;entryY=0;entryDx=0;entryDy=0;strokeWidth=3;fontStyle=1" target="1GfUeyYzLA2L4kBMNJ24-5" value="&lt;font style=&quot;font-size: 16px;&quot;&gt;No&lt;/font&gt;">
          <mxGeometry relative="1" x="-0.5385" as="geometry">
            <mxPoint as="offset" />
          </mxGeometry>
        </mxCell>
        <mxCell id="1GfUeyYzLA2L4kBMNJ24-3" parent="1" style="rhombus;whiteSpace=wrap;html=1;fontStyle=1;fillColor=#e1d5e7;strokeColor=#9673a6;" value="Is MSb of lower&lt;div&gt;&amp;nbsp;byte of R4 = 1?&lt;/div&gt;" vertex="1">
          <mxGeometry height="120" width="120" x="141" y="320" as="geometry" />
        </mxCell>
        <mxCell id="H0hHl_gn1JAvN9HepJtQ-2" edge="1" parent="1" source="1GfUeyYzLA2L4kBMNJ24-5" style="edgeStyle=orthogonalEdgeStyle;rounded=0;orthogonalLoop=1;jettySize=auto;html=1;exitX=0.5;exitY=1;exitDx=0;exitDy=0;entryX=0.5;entryY=0;entryDx=0;entryDy=0;strokeWidth=3;" target="H0hHl_gn1JAvN9HepJtQ-1">
          <mxGeometry relative="1" as="geometry" />
        </mxCell>
        <mxCell id="1GfUeyYzLA2L4kBMNJ24-5" parent="1" style="whiteSpace=wrap;html=1;aspect=fixed;fontSize=15;fontStyle=1;fillColor=#dae8fc;strokeColor=#6c8ebf;" value="Send SDA low" vertex="1">
          <mxGeometry height="100" width="100" x="41" y="460" as="geometry" />
        </mxCell>
        <mxCell id="H0hHl_gn1JAvN9HepJtQ-3" edge="1" parent="1" source="1GfUeyYzLA2L4kBMNJ24-6" style="edgeStyle=orthogonalEdgeStyle;rounded=0;orthogonalLoop=1;jettySize=auto;html=1;exitX=0.5;exitY=1;exitDx=0;exitDy=0;entryX=0.5;entryY=0;entryDx=0;entryDy=0;strokeWidth=3;" target="H0hHl_gn1JAvN9HepJtQ-1">
          <mxGeometry relative="1" as="geometry" />
        </mxCell>
        <mxCell id="1GfUeyYzLA2L4kBMNJ24-6" parent="1" style="whiteSpace=wrap;html=1;aspect=fixed;fontSize=15;fontStyle=1;fillColor=#dae8fc;strokeColor=#6c8ebf;" value="Send SDA high" vertex="1">
          <mxGeometry height="100" width="100" x="261" y="460" as="geometry" />
        </mxCell>
        <mxCell id="H0hHl_gn1JAvN9HepJtQ-5" edge="1" parent="1" source="H0hHl_gn1JAvN9HepJtQ-1" style="edgeStyle=orthogonalEdgeStyle;rounded=0;orthogonalLoop=1;jettySize=auto;html=1;exitX=0.5;exitY=1;exitDx=0;exitDy=0;entryX=0.5;entryY=0;entryDx=0;entryDy=0;" target="H0hHl_gn1JAvN9HepJtQ-4">
          <mxGeometry relative="1" as="geometry" />
        </mxCell>
        <mxCell id="H0hHl_gn1JAvN9HepJtQ-1" parent="1" style="shape=parallelogram;perimeter=parallelogramPerimeter;whiteSpace=wrap;html=1;fixedSize=1;fillColor=#f8cecc;strokeColor=#b85450;fontSize=15;fontStyle=1" value="delay_12us" vertex="1">
          <mxGeometry height="60" width="120" x="141" y="600" as="geometry" />
        </mxCell>
        <mxCell id="H0hHl_gn1JAvN9HepJtQ-7" edge="1" parent="1" source="H0hHl_gn1JAvN9HepJtQ-4" style="edgeStyle=orthogonalEdgeStyle;rounded=0;orthogonalLoop=1;jettySize=auto;html=1;exitX=0.5;exitY=1;exitDx=0;exitDy=0;entryX=0.5;entryY=0;entryDx=0;entryDy=0;" target="H0hHl_gn1JAvN9HepJtQ-6">
          <mxGeometry relative="1" as="geometry" />
        </mxCell>
        <mxCell id="H0hHl_gn1JAvN9HepJtQ-4" parent="1" style="whiteSpace=wrap;html=1;aspect=fixed;fontSize=15;fontStyle=1;fillColor=#dae8fc;strokeColor=#6c8ebf;" value="Send SCL high" vertex="1">
          <mxGeometry height="100" width="100" x="151" y="690" as="geometry" />
        </mxCell>
        <mxCell id="H0hHl_gn1JAvN9HepJtQ-9" edge="1" parent="1" source="H0hHl_gn1JAvN9HepJtQ-6" style="edgeStyle=orthogonalEdgeStyle;rounded=0;orthogonalLoop=1;jettySize=auto;html=1;exitX=0.5;exitY=1;exitDx=0;exitDy=0;entryX=0.5;entryY=0;entryDx=0;entryDy=0;" target="H0hHl_gn1JAvN9HepJtQ-8">
          <mxGeometry relative="1" as="geometry" />
        </mxCell>
        <mxCell id="H0hHl_gn1JAvN9HepJtQ-6" parent="1" style="shape=parallelogram;perimeter=parallelogramPerimeter;whiteSpace=wrap;html=1;fixedSize=1;fillColor=#f8cecc;strokeColor=#b85450;fontSize=15;fontStyle=1" value="delay_12us" vertex="1">
          <mxGeometry height="60" width="120" x="141" y="820" as="geometry" />
        </mxCell>
        <mxCell id="H0hHl_gn1JAvN9HepJtQ-18" edge="1" parent="1" source="H0hHl_gn1JAvN9HepJtQ-8" style="edgeStyle=orthogonalEdgeStyle;rounded=0;orthogonalLoop=1;jettySize=auto;html=1;exitX=0.5;exitY=1;exitDx=0;exitDy=0;entryX=0.5;entryY=0;entryDx=0;entryDy=0;strokeWidth=3;" target="H0hHl_gn1JAvN9HepJtQ-13">
          <mxGeometry relative="1" as="geometry" />
        </mxCell>
        <mxCell id="H0hHl_gn1JAvN9HepJtQ-8" parent="1" style="whiteSpace=wrap;html=1;aspect=fixed;fontSize=15;fontStyle=1;fillColor=#dae8fc;strokeColor=#6c8ebf;" value="Send SCL high" vertex="1">
          <mxGeometry height="100" width="100" x="151" y="910" as="geometry" />
        </mxCell>
        <mxCell id="H0hHl_gn1JAvN9HepJtQ-12" edge="1" parent="1" source="H0hHl_gn1JAvN9HepJtQ-10" style="edgeStyle=orthogonalEdgeStyle;rounded=0;orthogonalLoop=1;jettySize=auto;html=1;exitX=0.5;exitY=1;exitDx=0;exitDy=0;entryX=0.5;entryY=0;entryDx=0;entryDy=0;" target="H0hHl_gn1JAvN9HepJtQ-11">
          <mxGeometry relative="1" as="geometry" />
        </mxCell>
        <mxCell id="H0hHl_gn1JAvN9HepJtQ-10" parent="1" style="whiteSpace=wrap;html=1;aspect=fixed;fontSize=15;fontStyle=1;fillColor=#dae8fc;strokeColor=#6c8ebf;" value="Shift Left R4" vertex="1">
          <mxGeometry height="100" width="100" x="560" y="450" as="geometry" />
        </mxCell>
        <mxCell id="H0hHl_gn1JAvN9HepJtQ-17" edge="1" parent="1" source="H0hHl_gn1JAvN9HepJtQ-11" style="edgeStyle=orthogonalEdgeStyle;rounded=0;orthogonalLoop=1;jettySize=auto;html=1;exitX=0.5;exitY=1;exitDx=0;exitDy=0;entryX=0.5;entryY=0;entryDx=0;entryDy=0;" target="H0hHl_gn1JAvN9HepJtQ-15">
          <mxGeometry relative="1" as="geometry" />
        </mxCell>
        <mxCell id="H0hHl_gn1JAvN9HepJtQ-11" parent="1" style="whiteSpace=wrap;html=1;aspect=fixed;fontSize=15;fontStyle=1;fillColor=#dae8fc;strokeColor=#6c8ebf;" value="Decrement R15" vertex="1">
          <mxGeometry height="100" width="100" x="560" y="600" as="geometry" />
        </mxCell>
        <mxCell id="H0hHl_gn1JAvN9HepJtQ-14" edge="1" parent="1" source="H0hHl_gn1JAvN9HepJtQ-13" style="edgeStyle=orthogonalEdgeStyle;rounded=0;orthogonalLoop=1;jettySize=auto;html=1;exitX=0.5;exitY=1;exitDx=0;exitDy=0;entryX=0.5;entryY=0;entryDx=0;entryDy=0;" target="H0hHl_gn1JAvN9HepJtQ-10">
          <mxGeometry relative="1" as="geometry" />
        </mxCell>
        <mxCell id="H0hHl_gn1JAvN9HepJtQ-13" parent="1" style="shape=parallelogram;perimeter=parallelogramPerimeter;whiteSpace=wrap;html=1;fixedSize=1;fillColor=#f8cecc;strokeColor=#b85450;fontSize=15;fontStyle=1" value="delay_12us" vertex="1">
          <mxGeometry height="60" width="120" x="550" y="350" as="geometry" />
        </mxCell>
        <mxCell id="H0hHl_gn1JAvN9HepJtQ-16" edge="1" parent="1" source="H0hHl_gn1JAvN9HepJtQ-15" style="edgeStyle=orthogonalEdgeStyle;rounded=0;orthogonalLoop=1;jettySize=auto;html=1;exitX=1;exitY=0.5;exitDx=0;exitDy=0;entryX=0.5;entryY=0;entryDx=0;entryDy=0;strokeWidth=3;fontStyle=1" target="1GfUeyYzLA2L4kBMNJ24-3" value="&lt;font style=&quot;font-size: 20px;&quot;&gt;No&lt;/font&gt;">
          <mxGeometry relative="1" x="-0.9304" as="geometry">
            <mxPoint as="offset" />
            <Array as="points">
              <mxPoint x="750" y="790" />
              <mxPoint x="750" y="295" />
              <mxPoint x="201" y="295" />
            </Array>
          </mxGeometry>
        </mxCell>
        <mxCell id="H0hHl_gn1JAvN9HepJtQ-20" edge="1" parent="1" source="H0hHl_gn1JAvN9HepJtQ-15" style="edgeStyle=orthogonalEdgeStyle;rounded=0;orthogonalLoop=1;jettySize=auto;html=1;exitX=0;exitY=0.5;exitDx=0;exitDy=0;entryX=0.5;entryY=0;entryDx=0;entryDy=0;strokeWidth=3;fontStyle=1" target="H0hHl_gn1JAvN9HepJtQ-19">
          <mxGeometry relative="1" as="geometry">
            <Array as="points">
              <mxPoint x="500" y="790" />
              <mxPoint x="500" y="870" />
              <mxPoint x="610" y="870" />
            </Array>
          </mxGeometry>
        </mxCell>
        <mxCell id="H0hHl_gn1JAvN9HepJtQ-21" connectable="0" parent="H0hHl_gn1JAvN9HepJtQ-20" style="edgeLabel;html=1;align=center;verticalAlign=middle;resizable=0;points=[];" value="&lt;font style=&quot;font-size: 20px;&quot;&gt;Yes&lt;/font&gt;" vertex="1">
          <mxGeometry relative="1" x="-0.7908" y="3" as="geometry">
            <mxPoint y="-3" as="offset" />
          </mxGeometry>
        </mxCell>
        <mxCell id="H0hHl_gn1JAvN9HepJtQ-15" parent="1" style="rhombus;whiteSpace=wrap;html=1;fontStyle=1;fillColor=#e1d5e7;strokeColor=#9673a6;fontSize=15;" value="R15 = 0?" vertex="1">
          <mxGeometry height="120" width="120" x="550" y="730" as="geometry" />
        </mxCell>
        <mxCell id="H0hHl_gn1JAvN9HepJtQ-19" parent="1" style="whiteSpace=wrap;html=1;aspect=fixed;fontSize=15;fontStyle=1;fillColor=#dae8fc;strokeColor=#6c8ebf;" value="Set R15 to 8,&lt;div&gt;Pop R4&lt;/div&gt;" vertex="1">
          <mxGeometry height="100" width="100" x="560" y="890" as="geometry" />
        </mxCell>
        <mxCell id="H0hHl_gn1JAvN9HepJtQ-22" parent="1" style="strokeWidth=2;html=1;shape=mxgraph.flowchart.terminator;whiteSpace=wrap;fontStyle=1;fontSize=16;fillColor=#ffe6cc;strokeColor=#d79b00;" value="Return" vertex="1">
          <mxGeometry height="80" width="140" x="540" y="1010" as="geometry" />
        </mxCell>
        <mxCell id="H0hHl_gn1JAvN9HepJtQ-23" edge="1" parent="1" source="H0hHl_gn1JAvN9HepJtQ-19" style="edgeStyle=orthogonalEdgeStyle;rounded=0;orthogonalLoop=1;jettySize=auto;html=1;exitX=0.5;exitY=1;exitDx=0;exitDy=0;entryX=0.5;entryY=0;entryDx=0;entryDy=0;entryPerimeter=0;" target="H0hHl_gn1JAvN9HepJtQ-22">
          <mxGeometry relative="1" as="geometry" />
        </mxCell>
      </root>
    </mxGraphModel>
  </diagram>
  <diagram id="52V4WG_Vo4LSbBVrbxvQ" name="i2c_tx_generic">
    <mxGraphModel dx="1213" dy="770" grid="1" gridSize="10" guides="1" tooltips="1" connect="1" arrows="1" fold="1" page="1" pageScale="1" pageWidth="1100" pageHeight="850" math="0" shadow="0">
      <root>
        <mxCell id="0" />
        <mxCell id="1" parent="0" />
        <mxCell id="T-_axUpjUEcotv5wf-Q3-1" parent="1" style="strokeWidth=2;html=1;shape=mxgraph.flowchart.document2;whiteSpace=wrap;size=0.25;fillColor=#d5e8d4;strokeColor=#82b366;verticalAlign=top;" value="&lt;font style=&quot;font-size: 21px; color: rgb(0, 0, 0);&quot;&gt;&lt;b style=&quot;&quot;&gt;Init&lt;/b&gt;&lt;/font&gt;&lt;div&gt;&lt;br&gt;&lt;/div&gt;&lt;div&gt;&lt;font color=&quot;#000000&quot;&gt;&lt;span style=&quot;font-size: 15px;&quot;&gt;tx_byte: .byte 0&lt;/span&gt;&lt;/font&gt;&lt;/div&gt;&lt;div&gt;&lt;font color=&quot;#000000&quot;&gt;&lt;span style=&quot;font-size: 15px;&quot;&gt;tx_byte_start: .byte 0&lt;/span&gt;&lt;/font&gt;&lt;/div&gt;" vertex="1">
          <mxGeometry height="120" width="190" x="40" y="40" as="geometry" />
        </mxCell>
        <mxCell id="W6XreqFMQgXcOcx0kRzT-8" edge="1" parent="1" source="4M3BeeWCOm5HkjhE-Uhf-3" style="edgeStyle=orthogonalEdgeStyle;rounded=0;orthogonalLoop=1;jettySize=auto;html=1;exitX=0.5;exitY=1;exitDx=0;exitDy=0;exitPerimeter=0;entryX=0.5;entryY=0;entryDx=0;entryDy=0;" target="lp3O0TiVbcnOxTlXL0uD-2">
          <mxGeometry relative="1" as="geometry" />
        </mxCell>
        <mxCell id="4M3BeeWCOm5HkjhE-Uhf-3" parent="1" style="strokeWidth=2;html=1;shape=mxgraph.flowchart.terminator;whiteSpace=wrap;fontStyle=1;fontSize=16;fillColor=#ffe6cc;strokeColor=#d79b00;" value="&lt;font style=&quot;color: rgb(0, 0, 0);&quot;&gt;i2c_tx_generic&lt;/font&gt;" vertex="1">
          <mxGeometry height="90" width="170" x="695" y="55" as="geometry" />
        </mxCell>
        <mxCell id="W6XreqFMQgXcOcx0kRzT-9" edge="1" parent="1" source="lp3O0TiVbcnOxTlXL0uD-2" style="edgeStyle=orthogonalEdgeStyle;rounded=0;orthogonalLoop=1;jettySize=auto;html=1;exitX=0.5;exitY=1;exitDx=0;exitDy=0;entryX=0.5;entryY=0;entryDx=0;entryDy=0;" target="W6XreqFMQgXcOcx0kRzT-1">
          <mxGeometry relative="1" as="geometry" />
        </mxCell>
        <mxCell id="lp3O0TiVbcnOxTlXL0uD-2" parent="1" style="rounded=0;whiteSpace=wrap;html=1;fillColor=#d0cee2;strokeColor=#56517e;" value="&lt;font style=&quot;color: rgb(0, 0, 0);&quot;&gt;Increment tx_byte_start&lt;/font&gt;&lt;div&gt;&lt;div&gt;&lt;font style=&quot;color: rgb(0, 0, 0);&quot;&gt;move tx_byte_start value into tx_byte&lt;/font&gt;&lt;/div&gt;&lt;/div&gt;" vertex="1">
          <mxGeometry height="70" width="180" x="690" y="200" as="geometry" />
        </mxCell>
        <mxCell id="W6XreqFMQgXcOcx0kRzT-10" edge="1" parent="1" source="W6XreqFMQgXcOcx0kRzT-1" style="edgeStyle=orthogonalEdgeStyle;rounded=0;orthogonalLoop=1;jettySize=auto;html=1;exitX=0.5;exitY=1;exitDx=0;exitDy=0;entryX=0.5;entryY=0;entryDx=0;entryDy=0;" target="W6XreqFMQgXcOcx0kRzT-2">
          <mxGeometry relative="1" as="geometry" />
        </mxCell>
        <mxCell id="W6XreqFMQgXcOcx0kRzT-1" parent="1" style="shape=parallelogram;perimeter=parallelogramPerimeter;whiteSpace=wrap;html=1;fixedSize=1;fillColor=#6d8764;strokeColor=#3A5431;fontColor=#ffffff;" value="i2c_start" vertex="1">
          <mxGeometry height="70" width="218" x="671" y="320" as="geometry" />
        </mxCell>
        <mxCell id="W6XreqFMQgXcOcx0kRzT-11" edge="1" parent="1" source="W6XreqFMQgXcOcx0kRzT-2" style="edgeStyle=orthogonalEdgeStyle;rounded=0;orthogonalLoop=1;jettySize=auto;html=1;exitX=0.5;exitY=1;exitDx=0;exitDy=0;entryX=0.5;entryY=0;entryDx=0;entryDy=0;" target="W6XreqFMQgXcOcx0kRzT-3">
          <mxGeometry relative="1" as="geometry" />
        </mxCell>
        <mxCell id="W6XreqFMQgXcOcx0kRzT-2" parent="1" style="shape=parallelogram;perimeter=parallelogramPerimeter;whiteSpace=wrap;html=1;fixedSize=1;fillColor=#6d8764;strokeColor=#3A5431;fontColor=#ffffff;" value="i2c_tx-byte" vertex="1">
          <mxGeometry height="70" width="220" x="670" y="440" as="geometry" />
        </mxCell>
        <mxCell id="W6XreqFMQgXcOcx0kRzT-12" edge="1" parent="1" source="W6XreqFMQgXcOcx0kRzT-3" style="edgeStyle=orthogonalEdgeStyle;rounded=0;orthogonalLoop=1;jettySize=auto;html=1;exitX=0.5;exitY=1;exitDx=0;exitDy=0;entryX=0.5;entryY=0;entryDx=0;entryDy=0;" target="W6XreqFMQgXcOcx0kRzT-4">
          <mxGeometry relative="1" as="geometry" />
        </mxCell>
        <mxCell id="W6XreqFMQgXcOcx0kRzT-3" parent="1" style="shape=parallelogram;perimeter=parallelogramPerimeter;whiteSpace=wrap;html=1;fixedSize=1;fillColor=#6d8764;strokeColor=#3A5431;fontColor=#ffffff;" value="i2c_rx_ack" vertex="1">
          <mxGeometry height="70" width="217" x="671.5" y="560" as="geometry" />
        </mxCell>
        <mxCell id="W6XreqFMQgXcOcx0kRzT-4" parent="1" style="shape=parallelogram;perimeter=parallelogramPerimeter;whiteSpace=wrap;html=1;fixedSize=1;fillColor=#6d8764;strokeColor=#3A5431;fontColor=#ffffff;" value="i2c_stp" vertex="1">
          <mxGeometry height="70" width="217" x="672" y="680" as="geometry" />
        </mxCell>
        <mxCell id="W6XreqFMQgXcOcx0kRzT-5" parent="1" style="strokeWidth=2;html=1;shape=mxgraph.flowchart.terminator;whiteSpace=wrap;fontStyle=1;fontSize=16;fillColor=#ffe6cc;strokeColor=#d79b00;" value="&lt;font style=&quot;color: rgb(0, 0, 0);&quot;&gt;main&lt;/font&gt;" vertex="1">
          <mxGeometry height="90" width="170" x="350" y="55" as="geometry" />
        </mxCell>
        <mxCell id="W6XreqFMQgXcOcx0kRzT-6" edge="1" parent="1" source="T-_axUpjUEcotv5wf-Q3-1" style="edgeStyle=orthogonalEdgeStyle;rounded=0;orthogonalLoop=1;jettySize=auto;html=1;exitX=1;exitY=0.5;exitDx=0;exitDy=0;exitPerimeter=0;entryX=0;entryY=0.5;entryDx=0;entryDy=0;entryPerimeter=0;" target="W6XreqFMQgXcOcx0kRzT-5">
          <mxGeometry relative="1" as="geometry" />
        </mxCell>
        <mxCell id="W6XreqFMQgXcOcx0kRzT-7" edge="1" parent="1" source="W6XreqFMQgXcOcx0kRzT-5" style="edgeStyle=orthogonalEdgeStyle;rounded=0;orthogonalLoop=1;jettySize=auto;html=1;exitX=1;exitY=0.5;exitDx=0;exitDy=0;exitPerimeter=0;entryX=0;entryY=0.5;entryDx=0;entryDy=0;entryPerimeter=0;" target="4M3BeeWCOm5HkjhE-Uhf-3">
          <mxGeometry relative="1" as="geometry" />
        </mxCell>
        <mxCell id="W6XreqFMQgXcOcx0kRzT-13" edge="1" parent="1" source="W6XreqFMQgXcOcx0kRzT-4" style="edgeStyle=orthogonalEdgeStyle;rounded=0;orthogonalLoop=1;jettySize=auto;html=1;exitX=0;exitY=0.5;exitDx=0;exitDy=0;entryX=0.5;entryY=1;entryDx=0;entryDy=0;entryPerimeter=0;" target="W6XreqFMQgXcOcx0kRzT-5">
          <mxGeometry relative="1" as="geometry" />
        </mxCell>
      </root>
    </mxGraphModel>
  </diagram>
</mxfile>
